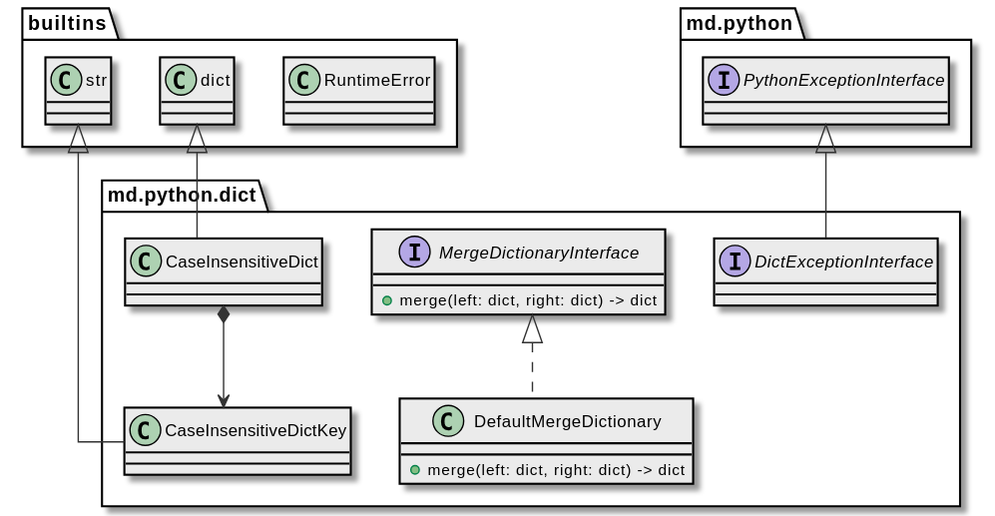
md-py/md.python.dict keeps this PlantUML diagram as docs/_static/architecture-overview.class-diagram.svg. Above is the earlier version.
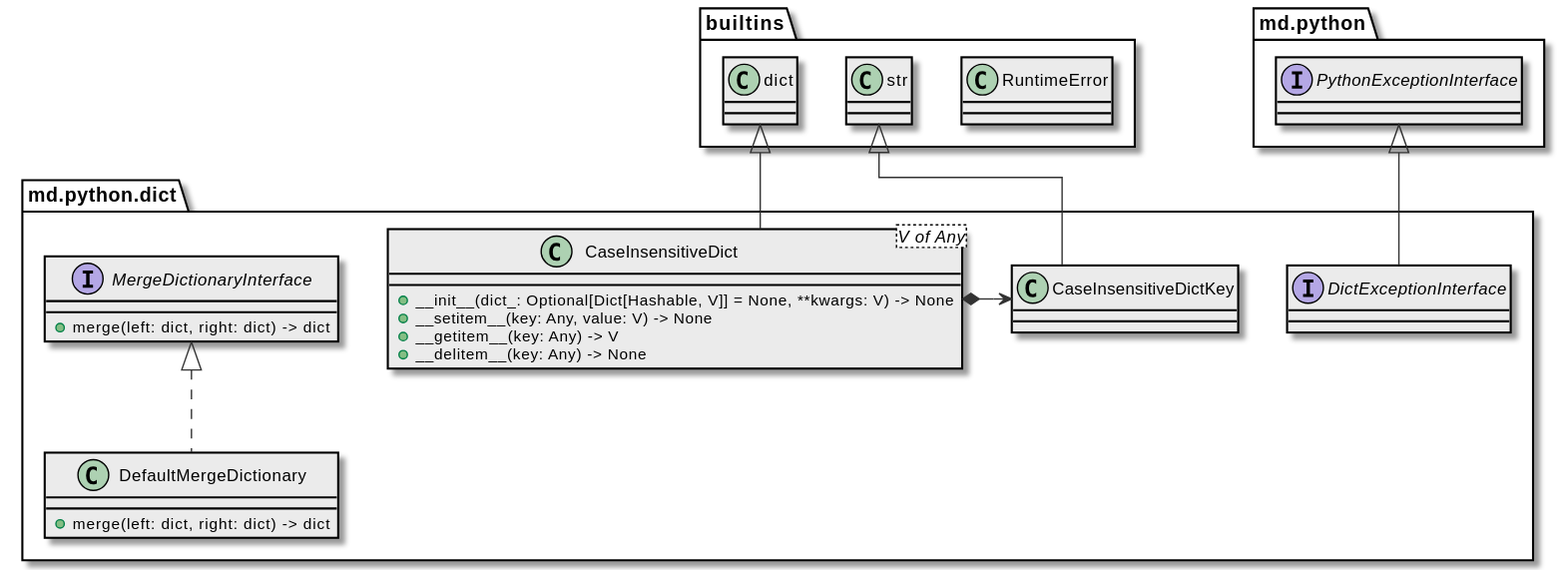
After the change.

Commit message:
enhancement: generalize & clarify typing for `CaseInsensitiveDict` classes

What changed in the source:
```diff
@@ -28,9 +28,14 @@
   }
 
   class CaseInsensitiveDictKey extends builtins.str {}
-  class CaseInsensitiveDict extends builtins.dict {}
+  class CaseInsensitiveDict <V of Any> extends builtins.dict {
+    + __init__(dict_: Optional[Dict[Hashable, V]] = None, **kwargs: V) -> None
+    + __setitem__(key: Any, value: V) -> None
+    + __getitem__(key: Any) -> V
+    + __delitem__(key: Any) -> None
+  }
 
-  CaseInsensitiveDict *--> CaseInsensitiveDictKey
+  CaseInsensitiveDict *-right-> CaseInsensitiveDictKey
 }
 
 @enduml
```
